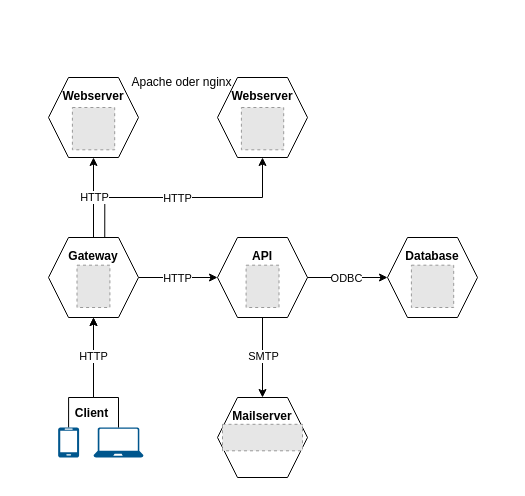
Earlier version of the draw.io diagram SystemarchitecturePlan.drawio (Daezu/diagrams). Source tidied: cells renumbered, new cells numbered last; positions are measured from the earlier drawing's top-left corner, leaving out a move shared by most shapes. Both pictures are drawn from the tidied source at 100%, with x=0, y=0 at pixel (48, 67). Pictures stored in the file or linked from it are replaced by grey dashed boxes.
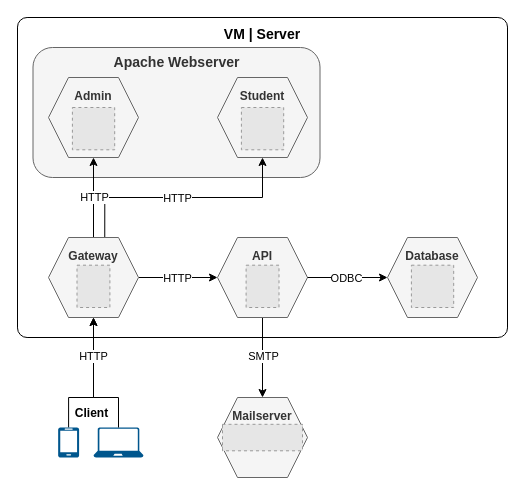
After the change.

The edit, as a diff of the source:
```diff
@@
+    <mxCell id="32" value="&lt;div style=&quot;font-size: 14px;&quot;&gt;&lt;b style=&quot;&quot;&gt;&lt;font style=&quot;font-size: 14px;&quot;&gt;VM | Server&lt;/font&gt;&lt;/b&gt;&lt;/div&gt;&lt;div style=&quot;font-size: 14px;&quot;&gt;&lt;font style=&quot;font-size: 14px;&quot;&gt;&lt;br&gt;&lt;/font&gt;&lt;/div&gt;&lt;div style=&quot;font-size: 14px;&quot;&gt;&lt;font style=&quot;font-size: 14px;&quot;&gt;&lt;br&gt;&lt;/font&gt;&lt;/div&gt;&lt;div style=&quot;font-size: 14px;&quot;&gt;&lt;font style=&quot;font-size: 14px;&quot;&gt;&lt;br&gt;&lt;/font&gt;&lt;/div&gt;&lt;div style=&quot;font-size: 14px;&quot;&gt;&lt;font style=&quot;font-size: 14px;&quot;&gt;&lt;br&gt;&lt;/font&gt;&lt;/div&gt;&lt;div style=&quot;font-size: 14px;&quot;&gt;&lt;font style=&quot;font-size: 14px;&quot;&gt;&lt;br&gt;&lt;/font&gt;&lt;/div&gt;&lt;div style=&quot;font-size: 14px;&quot;&gt;&lt;font style=&quot;font-size: 14px;&quot;&gt;&lt;br&gt;&lt;/font&gt;&lt;/div&gt;&lt;div style=&quot;font-size: 14px;&quot;&gt;&lt;font style=&quot;font-size: 14px;&quot;&gt;&lt;br&gt;&lt;/font&gt;&lt;/div&gt;&lt;div style=&quot;font-size: 14px;&quot;&gt;&lt;font style=&quot;font-size: 14px;&quot;&gt;&lt;br&gt;&lt;/font&gt;&lt;/div&gt;&lt;div style=&quot;font-size: 14px;&quot;&gt;&lt;font style=&quot;font-size: 14px;&quot;&gt;&lt;br&gt;&lt;/font&gt;&lt;/div&gt;&lt;div style=&quot;font-size: 14px;&quot;&gt;&lt;font style=&quot;font-size: 14px;&quot;&gt;&lt;br&gt;&lt;/font&gt;&lt;/div&gt;&lt;div style=&quot;font-size: 14px;&quot;&gt;&lt;font style=&quot;font-size: 14px;&quot;&gt;&lt;br&gt;&lt;/font&gt;&lt;/div&gt;&lt;div style=&quot;font-size: 14px;&quot;&gt;&lt;font style=&quot;font-size: 14px;&quot;&gt;&lt;br&gt;&lt;/font&gt;&lt;/div&gt;&lt;div style=&quot;font-size: 14px;&quot;&gt;&lt;font style=&quot;font-size: 14px;&quot;&gt;&lt;br&gt;&lt;/font&gt;&lt;/div&gt;&lt;div style=&quot;font-size: 14px;&quot;&gt;&lt;font style=&quot;font-size: 14px;&quot;&gt;&lt;br&gt;&lt;/font&gt;&lt;/div&gt;&lt;div style=&quot;font-size: 14px;&quot;&gt;&lt;font style=&quot;font-size: 14px;&quot;&gt;&lt;br&gt;&lt;/font&gt;&lt;/div&gt;&lt;div style=&quot;font-size: 14px;&quot;&gt;&lt;font style=&quot;font-size: 14px;&quot;&gt;&lt;br&gt;&lt;/font&gt;&lt;/div&gt;&lt;div style=&quot;font-size: 14px;&quot;&gt;&lt;br&gt;&lt;/div&gt;" style="rounded=1;whiteSpace=wrap;html=1;arcSize=3;" parent="1" vertex="1">
+      <mxGeometry x="-31" y="-50" width="490" height="320" as="geometry" />
+    </mxCell>
+    <mxCell id="33" value="&lt;b style=&quot;font-size: 14px;&quot;&gt;&lt;font style=&quot;font-size: 14px;&quot;&gt;Apache Webserver&lt;/font&gt;&lt;/b&gt;&lt;div style=&quot;font-size: 14px;&quot;&gt;&lt;b&gt;&lt;font style=&quot;font-size: 14px;&quot;&gt;&lt;br&gt;&lt;/font&gt;&lt;/b&gt;&lt;/div&gt;&lt;div style=&quot;font-size: 14px;&quot;&gt;&lt;b&gt;&lt;font style=&quot;font-size: 14px;&quot;&gt;&lt;br&gt;&lt;/font&gt;&lt;/b&gt;&lt;/div&gt;&lt;div style=&quot;font-size: 14px;&quot;&gt;&lt;b&gt;&lt;font style=&quot;font-size: 14px;&quot;&gt;&lt;br&gt;&lt;/font&gt;&lt;/b&gt;&lt;/div&gt;&lt;div style=&quot;font-size: 14px;&quot;&gt;&lt;b&gt;&lt;font style=&quot;font-size: 14px;&quot;&gt;&lt;br&gt;&lt;/font&gt;&lt;/b&gt;&lt;/div&gt;&lt;div style=&quot;font-size: 14px;&quot;&gt;&lt;b&gt;&lt;font style=&quot;font-size: 14px;&quot;&gt;&lt;br&gt;&lt;/font&gt;&lt;/b&gt;&lt;/div&gt;&lt;div style=&quot;font-size: 14px;&quot;&gt;&lt;br&gt;&lt;/div&gt;" style="rounded=1;whiteSpace=wrap;html=1;fillColor=#f5f5f5;strokeColor=#666666;fontColor=#333333;" parent="1" vertex="1">
+      <mxGeometry x="-15.5" y="-20" width="287" height="130" as="geometry" />
+    </mxCell>
@@
-    <mxCell id="6" value="&lt;b&gt;API&lt;/b&gt;&lt;div&gt;&lt;b&gt;&lt;br&gt;&lt;/b&gt;&lt;/div&gt;&lt;div&gt;&lt;b&gt;&lt;br&gt;&lt;/b&gt;&lt;/div&gt;&lt;div&gt;&lt;br&gt;&lt;/div&gt;" style="shape=hexagon;perimeter=hexagonPerimeter2;whiteSpace=wrap;html=1;fixedSize=1;size=20;" parent="1" vertex="1">
+    <mxCell id="6" value="&lt;b&gt;API&lt;/b&gt;&lt;div&gt;&lt;b&gt;&lt;br&gt;&lt;/b&gt;&lt;/div&gt;&lt;div&gt;&lt;b&gt;&lt;br&gt;&lt;/b&gt;&lt;/div&gt;&lt;div&gt;&lt;br&gt;&lt;/div&gt;" style="shape=hexagon;perimeter=hexagonPerimeter2;whiteSpace=wrap;html=1;fixedSize=1;size=20;fillColor=#f5f5f5;fontColor=#333333;strokeColor=#666666;" parent="1" vertex="1">
       <mxGeometry x="169" y="170" width="90" height="80" as="geometry" />
     </mxCell>
@@
-    <mxCell id="19" value="&lt;div&gt;&lt;span style=&quot;background-color: initial;&quot;&gt;&lt;b&gt;Mailserver&lt;/b&gt;&lt;/span&gt;&lt;/div&gt;&lt;div&gt;&lt;span style=&quot;background-color: initial;&quot;&gt;&lt;b&gt;&lt;br&gt;&lt;/b&gt;&lt;/span&gt;&lt;/div&gt;&lt;div&gt;&lt;br&gt;&lt;/div&gt;&lt;div&gt;&lt;span style=&quot;background-color: initial;&quot;&gt;&lt;br&gt;&lt;/span&gt;&lt;/div&gt;" style="shape=hexagon;perimeter=hexagonPerimeter2;whiteSpace=wrap;html=1;fixedSize=1;size=20;" parent="1" vertex="1">
+    <mxCell id="19" value="&lt;div&gt;&lt;span style=&quot;background-color: initial;&quot;&gt;&lt;b&gt;Mailserver&lt;/b&gt;&lt;/span&gt;&lt;/div&gt;&lt;div&gt;&lt;span style=&quot;background-color: initial;&quot;&gt;&lt;b&gt;&lt;br&gt;&lt;/b&gt;&lt;/span&gt;&lt;/div&gt;&lt;div&gt;&lt;br&gt;&lt;/div&gt;&lt;div&gt;&lt;span style=&quot;background-color: initial;&quot;&gt;&lt;br&gt;&lt;/span&gt;&lt;/div&gt;" style="shape=hexagon;perimeter=hexagonPerimeter2;whiteSpace=wrap;html=1;fixedSize=1;size=20;fillColor=#f5f5f5;fontColor=#333333;strokeColor=#666666;" parent="1" vertex="1">
       <mxGeometry x="169" y="330" width="90" height="80" as="geometry" />
     </mxCell>
-    <mxCell id="20" value="&lt;div&gt;&lt;b style=&quot;background-color: initial;&quot;&gt;Gateway&lt;/b&gt;&lt;/div&gt;&lt;div&gt;&lt;b style=&quot;background-color: initial;&quot;&gt;&lt;br&gt;&lt;/b&gt;&lt;/div&gt;&lt;div&gt;&lt;b style=&quot;background-color: initial;&quot;&gt;&lt;br&gt;&lt;/b&gt;&lt;/div&gt;&lt;div&gt;&lt;br&gt;&lt;/div&gt;" style="shape=hexagon;perimeter=hexagonPerimeter2;whiteSpace=wrap;html=1;fixedSize=1;size=20;" parent="1" vertex="1">
+    <mxCell id="20" value="&lt;div&gt;&lt;b style=&quot;background-color: initial;&quot;&gt;Gateway&lt;/b&gt;&lt;/div&gt;&lt;div&gt;&lt;b style=&quot;background-color: initial;&quot;&gt;&lt;br&gt;&lt;/b&gt;&lt;/div&gt;&lt;div&gt;&lt;b style=&quot;background-color: initial;&quot;&gt;&lt;br&gt;&lt;/b&gt;&lt;/div&gt;&lt;div&gt;&lt;br&gt;&lt;/div&gt;" style="shape=hexagon;perimeter=hexagonPerimeter2;whiteSpace=wrap;html=1;fixedSize=1;size=20;fillColor=#f5f5f5;strokeColor=#666666;fontColor=#333333;" parent="1" vertex="1">
       <mxGeometry y="170" width="90" height="80" as="geometry" />
     </mxCell>
@@
-    <mxCell id="23" value="&lt;b&gt;Database&lt;/b&gt;&lt;div&gt;&lt;b&gt;&lt;br&gt;&lt;/b&gt;&lt;/div&gt;&lt;div&gt;&lt;b&gt;&lt;br&gt;&lt;/b&gt;&lt;/div&gt;&lt;div&gt;&lt;br&gt;&lt;/div&gt;" style="shape=hexagon;perimeter=hexagonPerimeter2;whiteSpace=wrap;html=1;fixedSize=1;size=20;" parent="1" vertex="1">
+    <mxCell id="23" value="&lt;b&gt;Database&lt;/b&gt;&lt;div&gt;&lt;b&gt;&lt;br&gt;&lt;/b&gt;&lt;/div&gt;&lt;div&gt;&lt;b&gt;&lt;br&gt;&lt;/b&gt;&lt;/div&gt;&lt;div&gt;&lt;br&gt;&lt;/div&gt;" style="shape=hexagon;perimeter=hexagonPerimeter2;whiteSpace=wrap;html=1;fixedSize=1;size=20;fillColor=#f5f5f5;strokeColor=#666666;fontColor=#333333;" parent="1" vertex="1">
       <mxGeometry x="339" y="170" width="90" height="80" as="geometry" />
     </mxCell>
@@
-    <mxCell id="25" value="&lt;b&gt;Webserver&lt;/b&gt;&lt;div&gt;&lt;b&gt;&lt;br&gt;&lt;/b&gt;&lt;/div&gt;&lt;div&gt;&lt;b&gt;&lt;br&gt;&lt;/b&gt;&lt;/div&gt;&lt;div&gt;&lt;b&gt;&lt;br&gt;&lt;/b&gt;&lt;/div&gt;" style="shape=hexagon;perimeter=hexagonPerimeter2;whiteSpace=wrap;html=1;fixedSize=1;size=20;" parent="1" vertex="1">
+    <mxCell id="25" value="&lt;b&gt;Admin&lt;/b&gt;&lt;br&gt;&lt;div&gt;&lt;b&gt;&lt;br&gt;&lt;/b&gt;&lt;/div&gt;&lt;div&gt;&lt;b&gt;&lt;br&gt;&lt;/b&gt;&lt;/div&gt;&lt;div&gt;&lt;b&gt;&lt;br&gt;&lt;/b&gt;&lt;/div&gt;" style="shape=hexagon;perimeter=hexagonPerimeter2;whiteSpace=wrap;html=1;fixedSize=1;size=20;fillColor=#f5f5f5;strokeColor=#666666;fontColor=#333333;" parent="1" vertex="1">
       <mxGeometry y="10" width="90" height="80" as="geometry" />
     </mxCell>
@@
-    <mxCell id="28" value="&lt;b&gt;Webserver&lt;/b&gt;&lt;div&gt;&lt;b&gt;&lt;br&gt;&lt;/b&gt;&lt;/div&gt;&lt;div&gt;&lt;b&gt;&lt;br&gt;&lt;/b&gt;&lt;/div&gt;&lt;div&gt;&lt;b&gt;&lt;br&gt;&lt;/b&gt;&lt;/div&gt;" style="shape=hexagon;perimeter=hexagonPerimeter2;whiteSpace=wrap;html=1;fixedSize=1;size=20;" parent="1" vertex="1">
+    <mxCell id="28" value="&lt;b&gt;Student&lt;/b&gt;&lt;br&gt;&lt;div&gt;&lt;b&gt;&lt;br&gt;&lt;/b&gt;&lt;/div&gt;&lt;div&gt;&lt;b&gt;&lt;br&gt;&lt;/b&gt;&lt;/div&gt;&lt;div&gt;&lt;b&gt;&lt;br&gt;&lt;/b&gt;&lt;/div&gt;" style="shape=hexagon;perimeter=hexagonPerimeter2;whiteSpace=wrap;html=1;fixedSize=1;size=20;fillColor=#f5f5f5;strokeColor=#666666;fontColor=#333333;" parent="1" vertex="1">
       <mxGeometry x="169" y="10" width="90" height="80" as="geometry" />
     </mxCell>
@@
-    <mxCell id="31" value="Apache oder nginx" style="text;html=1;align=center;verticalAlign=middle;strokeColor=none;fillColor=none;" parent="1" vertex="1">
-      <mxGeometry x="72.9" width="120" height="30" as="geometry" />
-    </mxCell>
```
